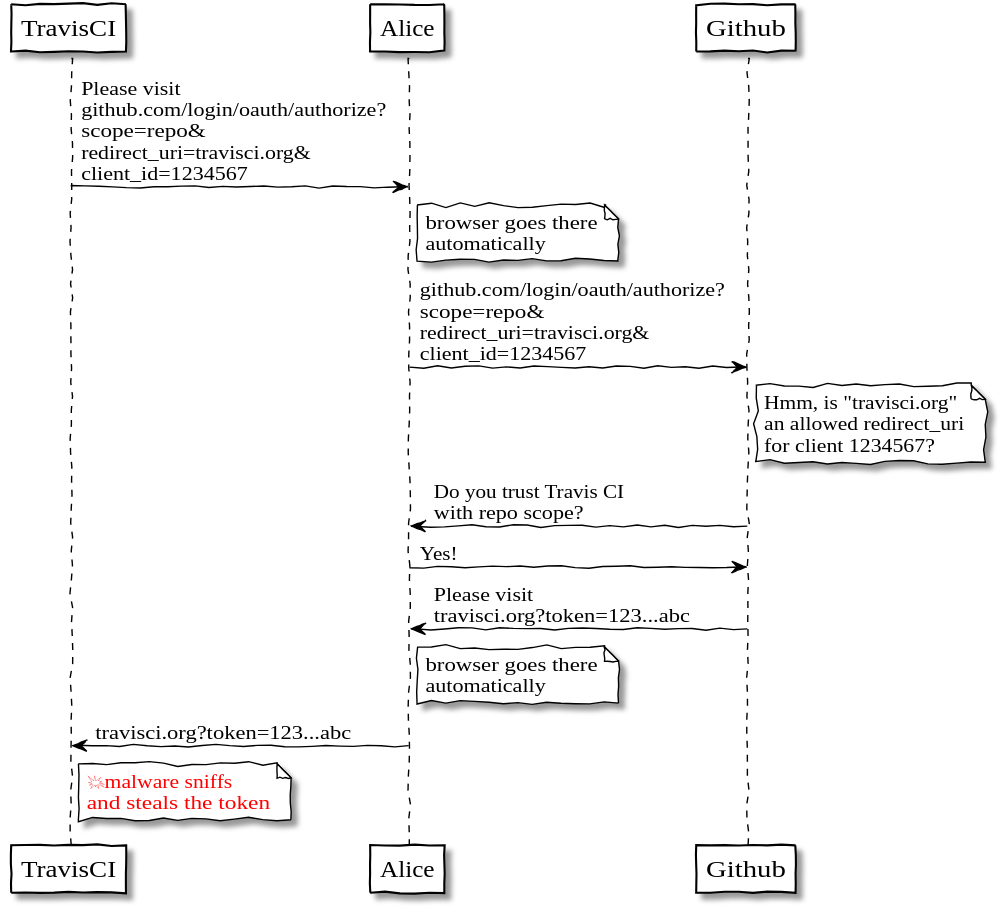
bgschiller/lets-build-oauth keeps this PlantUML diagram as images/oauth_sniff_token_from_url.svg. Above is the earlier version.
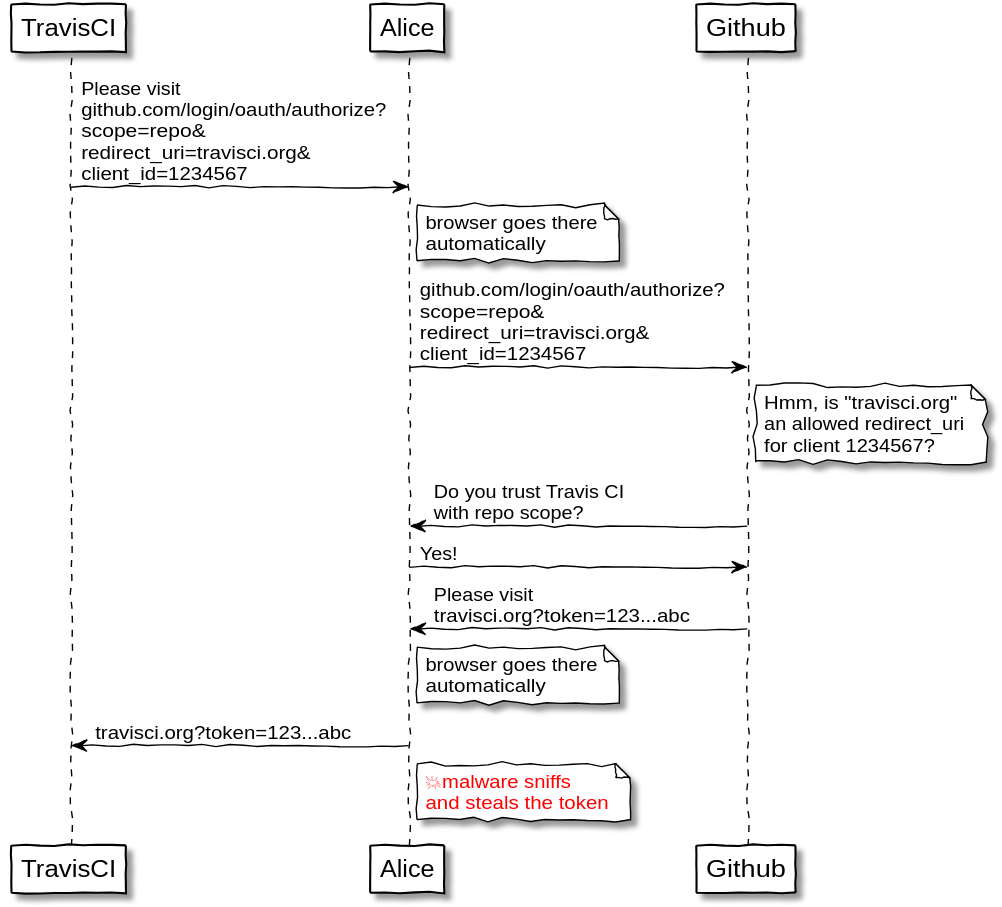
The same file after the commit.

The edit, as a diff of the source:
```diff
@@ -1,26 +1,26 @@
 @startuml
 skinparam backgroundColor White
-skinparam handwritten true
-skinparam NoteBackgroundColor White
-skinparam NoteBorderColor Black
-skinparam FontName "Gloria Hallelujah"
-skinparam sequence {
-ArrowColor Black
-LifeLineBorderColor Black
-ParticipantBorderColor Black
-ParticipantBackgroundColor White
-ParticipantFontSize 17
-ParticipantFontColor Black
-}
+  skinparam handwritten true
+  skinparam NoteBackgroundColor White
+  skinparam NoteBorderColor Black
+  skinparam FontName "Gloria Hallelujah"
+  skinparam sequence {
+  ArrowColor Black
+  LifeLineBorderColor Black
+  ParticipantBorderColor Black
+  ParticipantBackgroundColor White
+  ParticipantFontSize 17
+  ParticipantFontColor Black
+  }
 
-TravisCI->Alice: Please visit\ngithub.com/login/oauth/authorize?\nscope=repo&\nredirect_uri=travisci.org&\nclient_id=1234567
-note right of Alice: browser goes there\nautomatically
-Alice->Github:github.com/login/oauth/authorize?\nscope=repo&\nredirect_uri=travisci.org&\nclient_id=1234567
-note right of Github: Hmm, is "travisci.org"\nan allowed redirect_uri\nfor client 1234567?
-Github->Alice: Do you trust Travis CI\nwith repo scope?
-Alice->Github: Yes!
-Github->Alice: Please visit\ntravisci.org?token=123...abc
-note right of Alice: browser goes there\nautomatically
-Alice->TravisCI: travisci.org?token=123...abc
-note right of TravisCI: <font color=red><U+1F4A5>malware sniffs</font>\n<font color=red>and steals the token</font>
+  TravisCI->Alice: Please visit\ngithub.com/login/oauth/authorize?\nscope=repo&\nredirect_uri=travisci.org&\nclient_id=1234567
+  note right of Alice: browser goes there\nautomatically
+  Alice->Github:github.com/login/oauth/authorize?\nscope=repo&\nredirect_uri=travisci.org&\nclient_id=1234567
+  note right of Github: Hmm, is "travisci.org"\nan allowed redirect_uri\nfor client 1234567?
+  Github->Alice: Do you trust Travis CI\nwith repo scope?
+  Alice->Github: Yes!
+  Github->Alice: Please visit\ntravisci.org?token=123...abc
+  note right of Alice: browser goes there\nautomatically
+  Alice->TravisCI: travisci.org?token=123...abc
+  note right of Alice: <font color=red><U+1F4A5>malware sniffs</font>\n<font color=red>and steals the token</font>
 @enduml
```
